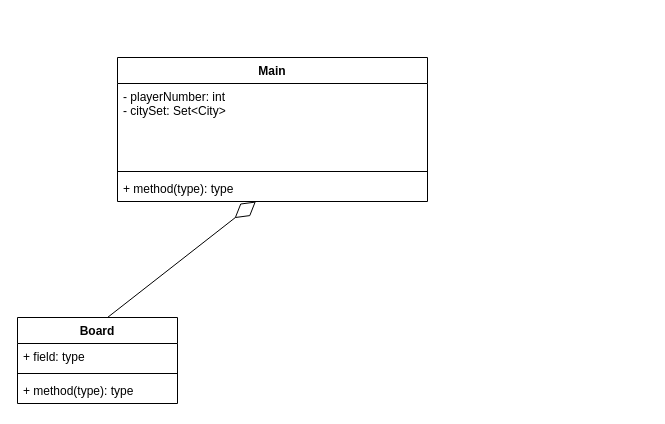
Earlier version of the draw.io diagram Monopoly/Monopoly - UML.drawio (JakubTutka/Monopoly-game). Source tidied: cells renumbered, new cells numbered last; positions are measured from the earlier drawing's top-left corner, leaving out a move shared by most shapes. Both pictures are drawn from the tidied source at 100%, with x=0, y=0 at pixel (17, 57).
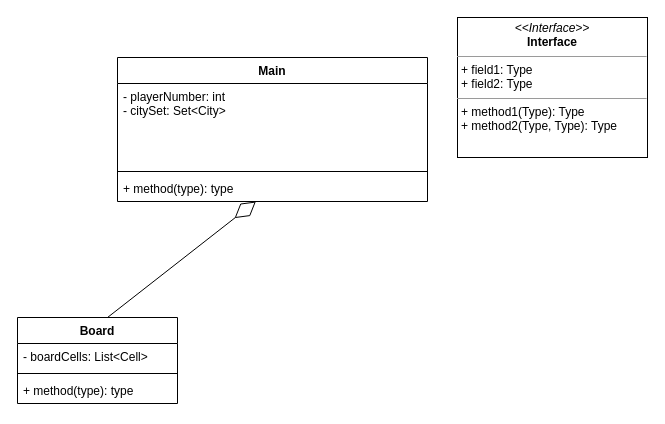
The same page after the edit.

Commit message (it also covers changes not shown here):
Some cell type classes - starting creating board

What changed in the source:
```diff
@@
 <mxGraphModel>
   <root>
     <mxCell id="0" />
     <mxCell id="1" parent="0" />
     <mxCell id="2" value="Main" style="swimlane;fontStyle=1;align=center;verticalAlign=top;horizontal=1;startSize=26;" parent="1" vertex="1">
       <mxGeometry x="100" width="310" height="144" as="geometry" />
     </mxCell>
     <mxCell id="3" value="- playerNumber: int&#10;- citySet: Set&lt;City&gt;&#10;&#10;" style="text;strokeColor=none;fillColor=none;align=left;verticalAlign=top;spacingLeft=4;spacingRight=4;overflow=hidden;" parent="2" vertex="1">
       <mxGeometry y="26" width="310" height="84" as="geometry" />
     </mxCell>
     <mxCell id="4" style="line;strokeWidth=1;fillColor=none;align=left;verticalAlign=middle;spacingTop=-1;spacingLeft=3;spacingRight=3;labelPosition=right;" parent="2" vertex="1">
       <mxGeometry y="110" width="310" height="8" as="geometry" />
     </mxCell>
     <mxCell id="5" value="+ method(type): type" style="text;strokeColor=none;fillColor=none;align=left;verticalAlign=top;spacingLeft=4;spacingRight=4;overflow=hidden;points=[[0,0.5],[1,0.5]];portConstraint=eastwest;" parent="2" vertex="1">
       <mxGeometry y="118" width="310" height="26" as="geometry" />
     </mxCell>
     <mxCell id="6" style="endArrow=diamondThin;endFill=0;endSize=24;html=1;" parent="1" edge="1" target="5">
       <mxGeometry relative="1" as="geometry">
         <mxPoint x="90" y="260" as="sourcePoint" />
       </mxGeometry>
     </mxCell>
     <mxCell id="7" value="Board" style="swimlane;fontStyle=1;align=center;verticalAlign=top;horizontal=1;startSize=26;" parent="1" vertex="1">
       <mxGeometry y="260" width="160" height="86" as="geometry" />
     </mxCell>
-    <mxCell id="8" value="+ field: type" style="text;strokeColor=none;fillColor=none;align=left;verticalAlign=top;spacingLeft=4;spacingRight=4;overflow=hidden;" parent="7" vertex="1">
+    <mxCell id="8" value="- boardCells: List&lt;Cell&gt;" style="text;strokeColor=none;fillColor=none;align=left;verticalAlign=top;spacingLeft=4;spacingRight=4;overflow=hidden;" parent="7" vertex="1">
       <mxGeometry y="26" width="160" height="26" as="geometry" />
     </mxCell>
     <mxCell id="9" style="line;strokeWidth=1;fillColor=none;align=left;verticalAlign=middle;spacingTop=-1;spacingLeft=3;spacingRight=3;labelPosition=right;" parent="7" vertex="1">
       <mxGeometry y="52" width="160" height="8" as="geometry" />
     </mxCell>
     <mxCell id="10" value="+ method(type): type" style="text;strokeColor=none;fillColor=none;align=left;verticalAlign=top;spacingLeft=4;spacingRight=4;overflow=hidden;" parent="7" vertex="1">
       <mxGeometry y="60" width="160" height="26" as="geometry" />
     </mxCell>
+    <mxCell id="11" value="&lt;p style=&quot;margin:0px;margin-top:4px;text-align:center;&quot;&gt;&lt;i&gt;&amp;lt;&amp;lt;Interface&amp;gt;&amp;gt;&lt;/i&gt;&lt;br/&gt;&lt;b&gt;Interface&lt;/b&gt;&lt;/p&gt;&lt;hr size=&quot;1&quot;/&gt;&lt;p style=&quot;margin:0px;margin-left:4px;&quot;&gt;+ field1: Type&lt;br/&gt;+ field2: Type&lt;/p&gt;&lt;hr size=&quot;1&quot;/&gt;&lt;p style=&quot;margin:0px;margin-left:4px;&quot;&gt;+ method1(Type): Type&lt;br/&gt;+ method2(Type, Type): Type&lt;/p&gt;" style="verticalAlign=top;align=left;overflow=fill;fontSize=12;fontFamily=Helvetica;html=1;" parent="1" vertex="1">
+      <mxGeometry x="440" y="-40" width="190" height="140" as="geometry" />
+    </mxCell>
   </root>
 </mxGraphModel>
```
